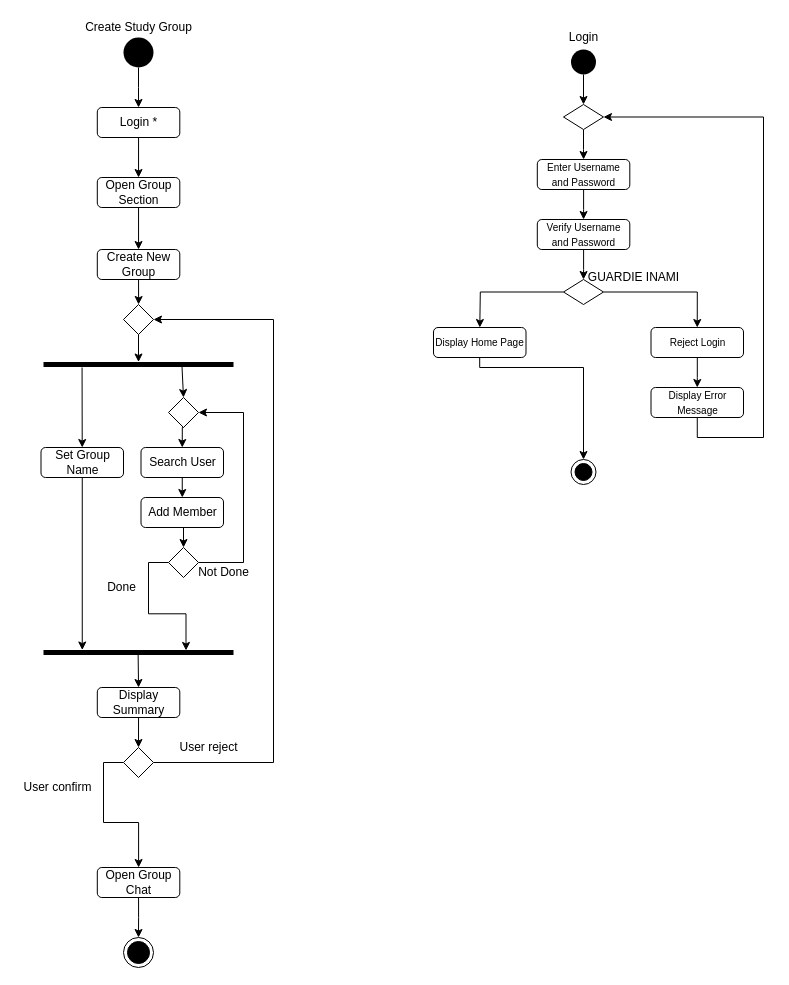
Before: Deliverables/Activity Diagram/Dalena Create Study Group Activity Diagram.drawio in nic-agos/DoveStudi, a draw.io diagram. Source tidied: cells renumbered, new cells numbered last; positions are measured from the earlier drawing's top-left corner, leaving out a move shared by most shapes. Both pictures are drawn from the tidied source at 100%, with x=0, y=0 at pixel (17, 17).
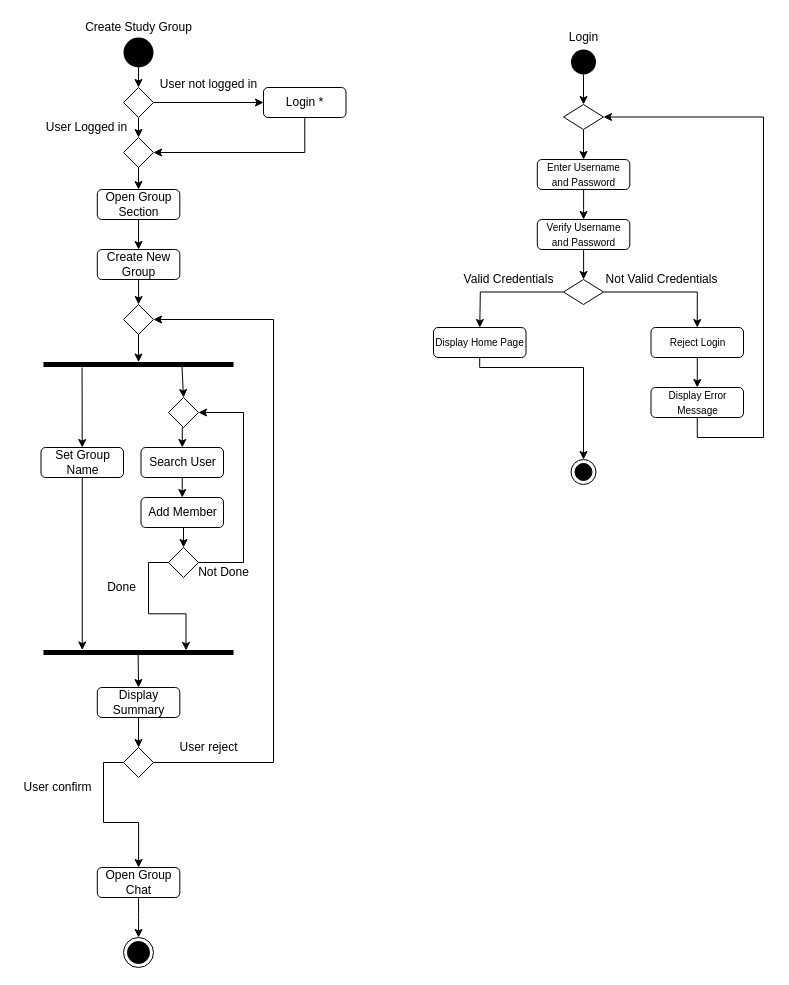
After the change.

The change refers to these unchanged cells:
```xml
<mxCell id="3" style="ellipse;fillColor=#000000;strokeColor=none;" parent="1" vertex="1">
  <mxGeometry x="106" y="20" width="30" height="30" as="geometry" />
</mxCell>
```

The edit, as a diff of the source:
```diff
@@
-    <mxCell id="2" style="edgeStyle=orthogonalEdgeStyle;rounded=0;jettySize=auto;html=1;exitX=0.5;exitY=1;exitDx=0;exitDy=0;entryX=0.5;entryY=0;entryDx=0;entryDy=0;" parent="1" edge="1" source="3" target="6">
-      <mxGeometry relative="1" as="geometry" />
-    </mxCell>
+    <mxCell id="62" style="edgeStyle=orthogonalEdgeStyle;rounded=0;jettySize=auto;html=1;exitX=0.5;exitY=1;exitDx=0;exitDy=0;entryX=0.5;entryY=0;entryDx=0;entryDy=0;" parent="1" edge="1" source="3" target="65">
+      <mxGeometry relative="1" as="geometry" />
+    </mxCell>
@@
-    <mxCell id="5" style="edgeStyle=orthogonalEdgeStyle;rounded=0;jettySize=auto;html=1;exitX=0.5;exitY=1;exitDx=0;exitDy=0;entryX=0.5;entryY=0;entryDx=0;entryDy=0;" parent="1" edge="1" source="6" target="27">
-      <mxGeometry relative="1" as="geometry" />
-    </mxCell>
-    <mxCell id="6" value="Login *" style="rounded=1;whiteSpace=wrap;html=1;" parent="1" vertex="1">
-      <mxGeometry x="79.8" y="90" width="82.5" height="30" as="geometry" />
-    </mxCell>
@@
     <mxCell id="27" value="Open Group Section" style="rounded=1;whiteSpace=wrap;html=1;" parent="1" vertex="1">
-      <mxGeometry x="79.8" y="160" width="82.5" height="30" as="geometry" />
+      <mxGeometry x="79.8" y="172" width="82.5" height="30" as="geometry" />
     </mxCell>
@@
-    <mxCell id="61" value="GUARDIE INAMI" style="text;html=1;align=center;verticalAlign=middle;" parent="1" vertex="1">
-      <mxGeometry x="561" y="250" width="110" height="20" as="geometry" />
-    </mxCell>
+    <mxCell id="63" style="edgeStyle=orthogonalEdgeStyle;rounded=0;jettySize=auto;html=1;exitX=0.5;exitY=1;exitDx=0;exitDy=0;" parent="1" edge="1" source="65">
+      <mxGeometry relative="1" as="geometry">
+        <mxPoint x="121" y="120" as="targetPoint" />
+      </mxGeometry>
+    </mxCell>
+    <mxCell id="64" style="edgeStyle=orthogonalEdgeStyle;rounded=0;jettySize=auto;html=1;exitX=1;exitY=0.5;exitDx=0;exitDy=0;entryX=0;entryY=0.5;entryDx=0;entryDy=0;" parent="1" edge="1" source="65" target="6">
+      <mxGeometry relative="1" as="geometry" />
+    </mxCell>
+    <mxCell id="65" style="rhombus;" parent="1" vertex="1">
+      <mxGeometry x="106" y="70" width="30" height="30" as="geometry" />
+    </mxCell>
+    <mxCell id="66" style="edgeStyle=orthogonalEdgeStyle;rounded=0;jettySize=auto;html=1;exitX=0.5;exitY=1;exitDx=0;exitDy=0;entryX=0.5;entryY=0;entryDx=0;entryDy=0;" parent="1" edge="1" source="67" target="27">
+      <mxGeometry relative="1" as="geometry" />
+    </mxCell>
+    <mxCell id="67" style="rhombus;" parent="1" vertex="1">
+      <mxGeometry x="106" y="120" width="30" height="30" as="geometry" />
+    </mxCell>
+    <mxCell id="68" style="edgeStyle=orthogonalEdgeStyle;rounded=0;jettySize=auto;html=1;exitX=0.5;exitY=1;exitDx=0;exitDy=0;entryX=1;entryY=0.5;entryDx=0;entryDy=0;" parent="1" edge="1" source="6" target="67">
+      <mxGeometry relative="1" as="geometry" />
+    </mxCell>
+    <mxCell id="6" value="Login *" style="rounded=1;whiteSpace=wrap;html=1;" parent="1" vertex="1">
+      <mxGeometry x="246" y="70" width="82.5" height="30" as="geometry" />
+    </mxCell>
+    <mxCell id="69" value="User Logged in" style="text;html=1;align=center;verticalAlign=middle;" parent="1" vertex="1">
+      <mxGeometry x="18.5" y="100" width="100" height="20" as="geometry" />
+    </mxCell>
+    <mxCell id="70" value="User not logged in" style="text;html=1;align=center;verticalAlign=middle;" parent="1" vertex="1">
+      <mxGeometry x="136" y="57" width="110" height="20" as="geometry" />
+    </mxCell>
+    <mxCell id="71" value="Not Valid Credentials" style="text;html=1;align=center;verticalAlign=middle;" parent="1" vertex="1">
+      <mxGeometry x="578.5" y="252" width="130" height="20" as="geometry" />
+    </mxCell>
+    <mxCell id="72" value="Valid Credentials" style="text;html=1;align=center;verticalAlign=middle;" parent="1" vertex="1">
+      <mxGeometry x="436" y="252" width="110" height="20" as="geometry" />
+    </mxCell>
```
